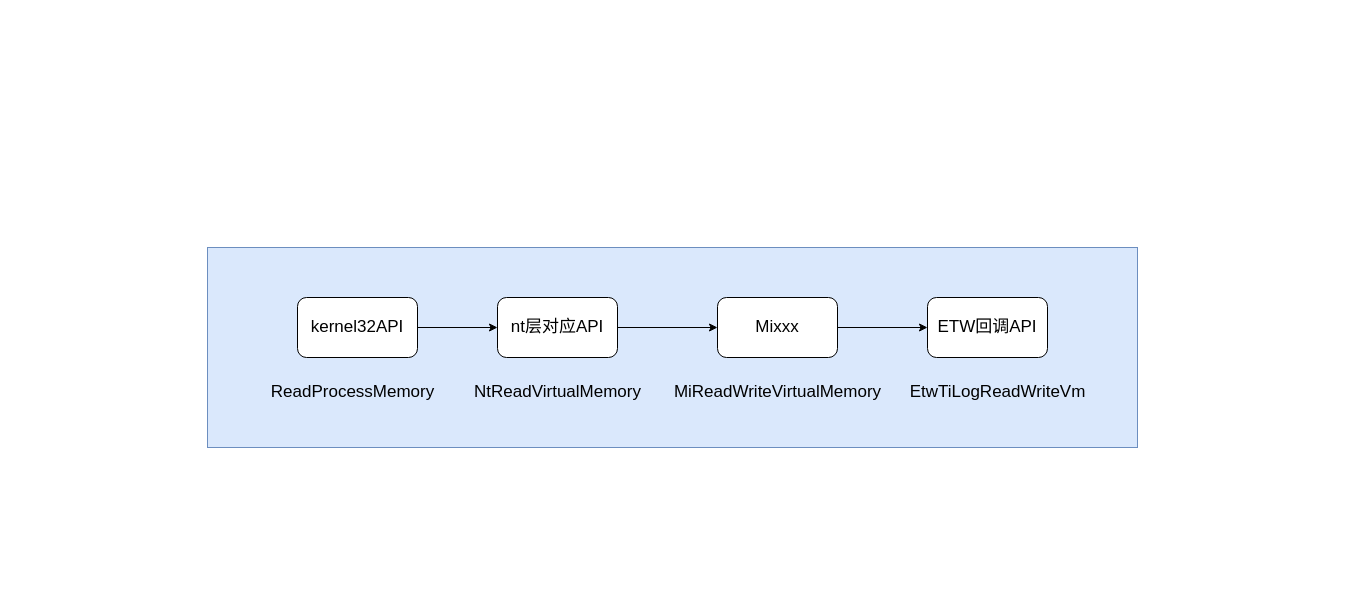
Earlier version of the draw.io diagram testDirectory/etw1.drawio (Moose1273/-). Source tidied: cells renumbered, new cells numbered last; positions are measured from the earlier drawing's top-left corner, leaving out a move shared by most shapes. Both pictures are drawn from the tidied source at 100%, with x=0, y=0 at pixel (207, 247).
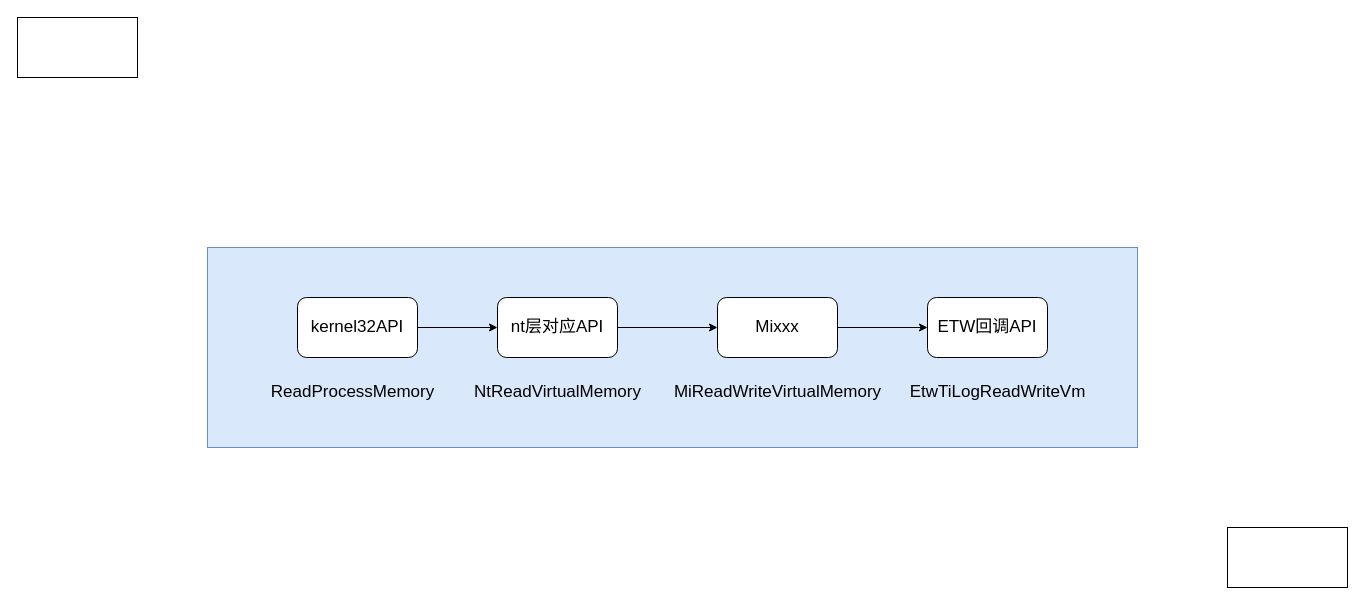
The same diagram, later.

Change to the diagram source:
```diff
@@
 <mxGraphModel>
   <root>
     <mxCell id="0" />
     <mxCell id="1" parent="0" />
     <mxCell id="2" style="rounded=0;whiteSpace=wrap;html=1;fillColor=#dae8fc;strokeColor=#6c8ebf;" parent="1" vertex="1">
       <mxGeometry width="930" height="200" as="geometry" />
     </mxCell>
     <mxCell id="3" style="edgeStyle=orthogonalEdgeStyle;rounded=0;jettySize=auto;html=1;fontSize=17;" parent="1" edge="1" source="4" target="6">
       <mxGeometry relative="1" as="geometry" />
     </mxCell>
     <mxCell id="4" value="kernel32API" style="rounded=1;whiteSpace=wrap;html=1;fontSize=17;" parent="1" vertex="1">
       <mxGeometry x="90" y="50" width="120" height="60" as="geometry" />
     </mxCell>
     <mxCell id="5" style="edgeStyle=orthogonalEdgeStyle;rounded=0;jettySize=auto;html=1;fontSize=17;" parent="1" edge="1" source="6" target="8">
       <mxGeometry relative="1" as="geometry" />
     </mxCell>
     <mxCell id="6" value="nt层对应API" style="rounded=1;whiteSpace=wrap;html=1;fontSize=17;" parent="1" vertex="1">
       <mxGeometry x="290" y="50" width="120" height="60" as="geometry" />
     </mxCell>
     <mxCell id="7" style="edgeStyle=orthogonalEdgeStyle;rounded=0;jettySize=auto;html=1;fontSize=17;" parent="1" edge="1" source="8" target="9">
       <mxGeometry relative="1" as="geometry" />
     </mxCell>
     <mxCell id="8" value="Mixxx" style="rounded=1;whiteSpace=wrap;html=1;fontSize=17;" parent="1" vertex="1">
       <mxGeometry x="510" y="50" width="120" height="60" as="geometry" />
     </mxCell>
     <mxCell id="9" value="ETW回调API" style="rounded=1;whiteSpace=wrap;html=1;fontSize=17;" parent="1" vertex="1">
       <mxGeometry x="720" y="50" width="120" height="60" as="geometry" />
     </mxCell>
     <mxCell id="10" value="ReadProcessMemory" style="text;html=1;align=center;verticalAlign=middle;strokeColor=none;fillColor=none;fontSize=17;" parent="1" vertex="1">
       <mxGeometry x="50" y="130" width="190" height="30" as="geometry" />
     </mxCell>
     <mxCell id="11" value="NtReadVirtualMemory" style="text;html=1;align=center;verticalAlign=middle;strokeColor=none;fillColor=none;fontSize=17;" parent="1" vertex="1">
       <mxGeometry x="255" y="130" width="190" height="30" as="geometry" />
     </mxCell>
     <mxCell id="12" value="MiReadWriteVirtualMemory" style="text;html=1;align=center;verticalAlign=middle;strokeColor=none;fillColor=none;fontSize=17;" parent="1" vertex="1">
       <mxGeometry x="455" y="130" width="230" height="30" as="geometry" />
     </mxCell>
     <mxCell id="13" value="EtwTiLogReadWriteVm" style="text;html=1;align=center;verticalAlign=middle;strokeColor=none;fillColor=none;fontSize=17;" parent="1" vertex="1">
       <mxGeometry x="690" y="130" width="200" height="30" as="geometry" />
     </mxCell>
+    <mxCell id="14" style="rounded=0;whiteSpace=wrap;html=1;" parent="1" vertex="1">
+      <mxGeometry x="-190" y="-230" width="120" height="60" as="geometry" />
+    </mxCell>
+    <mxCell id="15" style="rounded=0;whiteSpace=wrap;html=1;" parent="1" vertex="1">
+      <mxGeometry x="1020" y="280" width="120" height="60" as="geometry" />
+    </mxCell>
   </root>
 </mxGraphModel>
```
